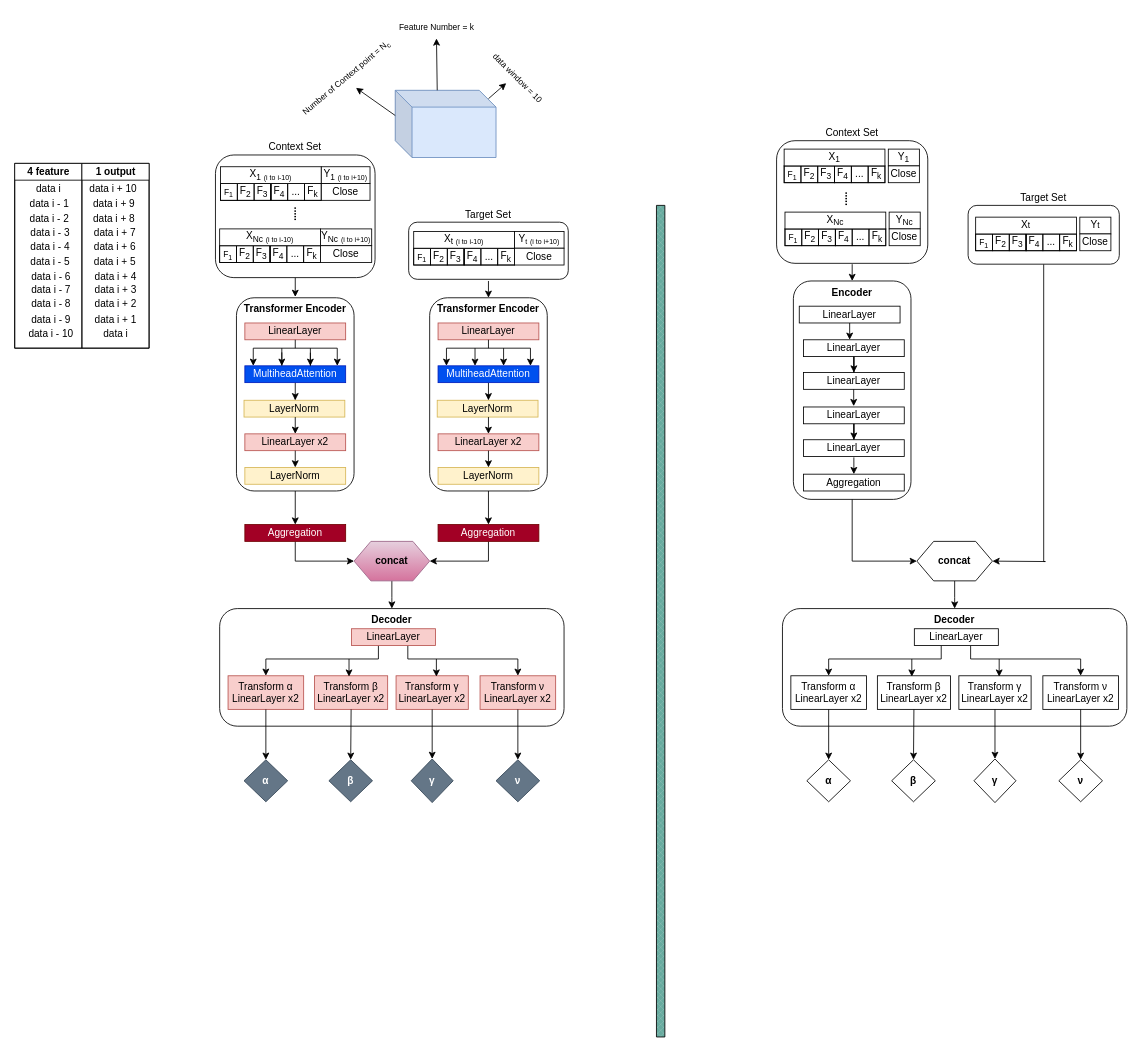
The draw.io diagram CNP-model-save-name/Untitled Diagram.drawio in FatemehBehravan/ECNP, before the edit. Source tidied: cells renumbered, new cells numbered last; positions are measured from the earlier drawing's top-left corner, leaving out a move shared by most shapes. Both pictures are drawn from the tidied source at 84%, with x=0, y=0 at pixel (14, 14).
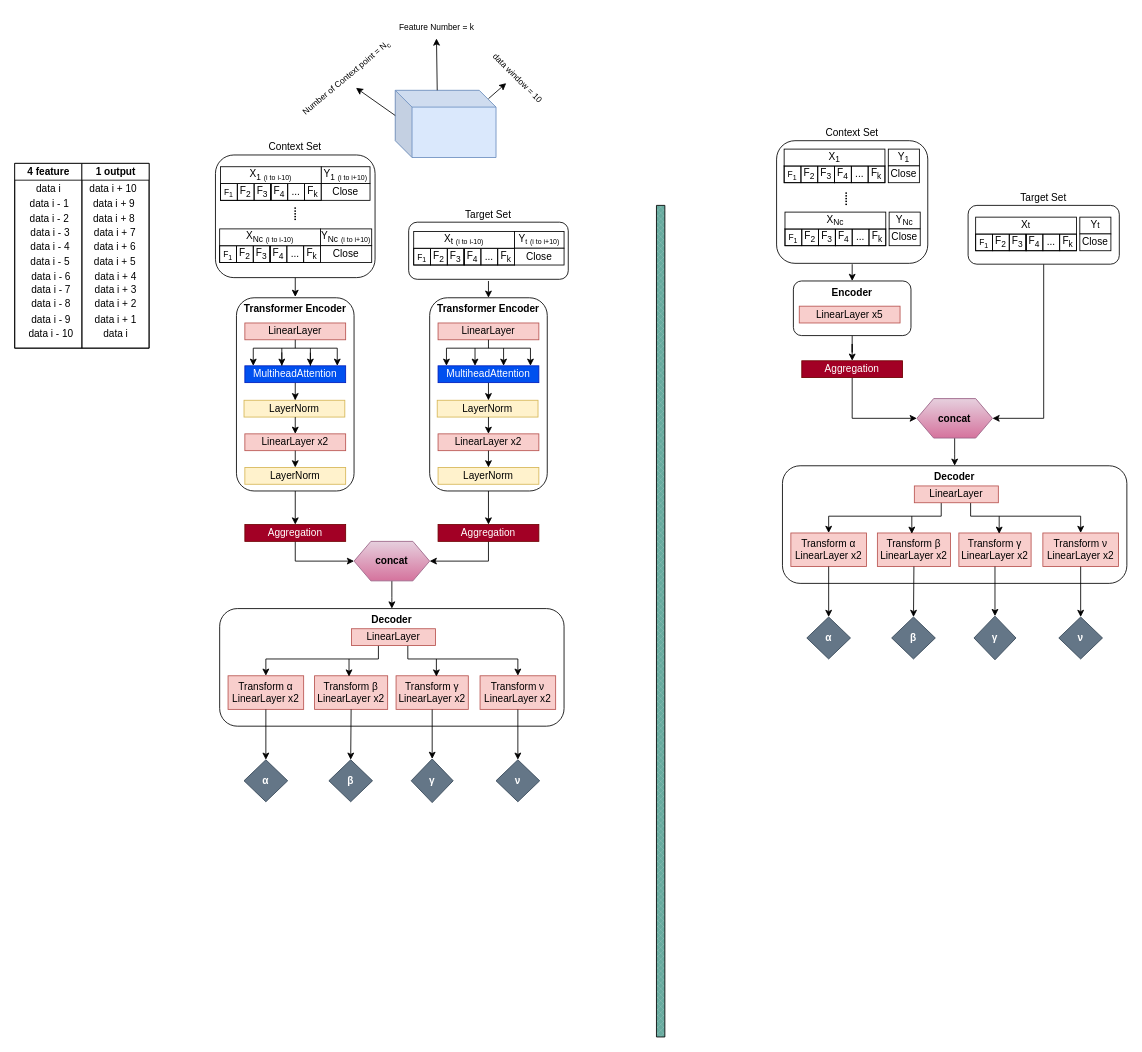
After the change.

Unchanged cells that the change refers to:
```xml
<mxCell id="138" value="Target Set" style="rounded=1;whiteSpace=wrap;html=1;labelPosition=center;verticalLabelPosition=top;align=center;verticalAlign=bottom;" parent="1" vertex="1">
  <mxGeometry x="1135" y="227" width="180" height="70" as="geometry" />
</mxCell>
```

The edit, as a diff of the source:
```diff
@@
-    <mxCell id="57" style="edgeStyle=orthogonalEdgeStyle;rounded=0;jettySize=auto;html=1;exitX=0.5;exitY=1;exitDx=0;exitDy=0;entryX=1;entryY=0.5;entryDx=0;entryDy=0;" parent="1" edge="1" source="138" target="73">
-      <mxGeometry relative="1" as="geometry">
-        <Array as="points">
-          <mxPoint x="1225" y="651" />
-          <mxPoint x="1227" y="651" />
-        </Array>
-      </mxGeometry>
-    </mxCell>
+    <mxCell id="214" style="edgeStyle=orthogonalEdgeStyle;rounded=0;jettySize=auto;html=1;" parent="1" edge="1" source="58" target="69">
+      <mxGeometry relative="1" as="geometry" />
+    </mxCell>
     <mxCell id="58" value="&lt;b&gt;Encoder&lt;/b&gt;" style="rounded=1;whiteSpace=wrap;html=1;align=center;verticalAlign=top;" parent="1" vertex="1">
-      <mxGeometry x="927" y="317" width="140" height="260" as="geometry" />
+      <mxGeometry x="927" y="317" width="140" height="65" as="geometry" />
     </mxCell>
-    <mxCell id="59" style="edgeStyle=orthogonalEdgeStyle;rounded=0;jettySize=auto;html=1;entryX=0.5;entryY=0;entryDx=0;entryDy=0;" parent="1" edge="1" source="60" target="61">
-      <mxGeometry relative="1" as="geometry" />
-    </mxCell>
-    <mxCell id="60" value="LinearLayer" style="rounded=0;whiteSpace=wrap;html=1;" parent="1" vertex="1">
-      <mxGeometry x="939" y="387" width="120" height="20" as="geometry" />
-    </mxCell>
-    <mxCell id="61" value="LinearLayer" style="whiteSpace=wrap;html=1;rounded=0;" parent="1" vertex="1">
-      <mxGeometry x="939" y="426" width="120" height="20" as="geometry" />
-    </mxCell>
-    <mxCell id="62" style="edgeStyle=orthogonalEdgeStyle;rounded=0;orthogonalLoop=1;jettySize=auto;html=1;" parent="1" edge="1">
-      <mxGeometry relative="1" as="geometry">
-        <mxPoint x="998.8" y="446" as="sourcePoint" />
-        <mxPoint x="998.8" y="466" as="targetPoint" />
-        <Array as="points">
-          <mxPoint x="998.8" y="446" />
-        </Array>
-      </mxGeometry>
-    </mxCell>
@@
-    <mxCell id="64" style="edgeStyle=orthogonalEdgeStyle;rounded=0;jettySize=auto;html=1;entryX=0.5;entryY=0;entryDx=0;entryDy=0;" parent="1" edge="1" source="65" target="66">
-      <mxGeometry relative="1" as="geometry" />
-    </mxCell>
-    <mxCell id="65" value="LinearLayer" style="rounded=0;whiteSpace=wrap;html=1;" parent="1" vertex="1">
-      <mxGeometry x="939" y="467" width="120" height="20" as="geometry" />
-    </mxCell>
-    <mxCell id="66" value="LinearLayer" style="whiteSpace=wrap;html=1;rounded=0;" parent="1" vertex="1">
-      <mxGeometry x="939" y="506" width="120" height="20" as="geometry" />
-    </mxCell>
@@
+    <mxCell id="215" style="edgeStyle=orthogonalEdgeStyle;rounded=0;jettySize=auto;html=1;entryX=0;entryY=0.5;entryDx=0;entryDy=0;exitX=0.5;exitY=1;exitDx=0;exitDy=0;" parent="1" edge="1" source="69" target="73">
+      <mxGeometry relative="1" as="geometry" />
+    </mxCell>
-    <mxCell id="69" value="Aggregation" style="whiteSpace=wrap;html=1;rounded=0;" parent="1" vertex="1">
-      <mxGeometry x="939" y="547" width="120" height="20" as="geometry" />
+    <mxCell id="69" value="Aggregation" style="whiteSpace=wrap;html=1;rounded=0;fillColor=#a20025;fontColor=#ffffff;strokeColor=#6F0000;" parent="1" vertex="1">
+      <mxGeometry x="937" y="412" width="120" height="20" as="geometry" />
     </mxCell>
-    <mxCell id="70" style="edgeStyle=orthogonalEdgeStyle;rounded=0;orthogonalLoop=1;jettySize=auto;html=1;" parent="1" edge="1">
-      <mxGeometry relative="1" as="geometry">
-        <mxPoint x="999" y="527" as="sourcePoint" />
-        <mxPoint x="999" y="547" as="targetPoint" />
-      </mxGeometry>
-    </mxCell>
-    <mxCell id="71" style="edgeStyle=orthogonalEdgeStyle;rounded=0;jettySize=auto;html=1;entryX=0;entryY=0.5;entryDx=0;entryDy=0;exitX=0.5;exitY=1;exitDx=0;exitDy=0;" parent="1" edge="1" source="58" target="73">
-      <mxGeometry relative="1" as="geometry" />
-    </mxCell>
     <mxCell id="72" style="edgeStyle=orthogonalEdgeStyle;rounded=0;jettySize=auto;html=1;" parent="1" edge="1" source="73">
       <mxGeometry relative="1" as="geometry">
-        <mxPoint x="1119" y="707" as="targetPoint" />
+        <mxPoint x="1119" y="537" as="targetPoint" />
       </mxGeometry>
     </mxCell>
-    <mxCell id="73" value="&lt;b&gt;concat&lt;/b&gt;" style="shape=hexagon;perimeter=hexagonPerimeter2;whiteSpace=wrap;html=1;fixedSize=1;" parent="1" vertex="1">
-      <mxGeometry x="1074" y="627" width="90" height="47" as="geometry" />
+    <mxCell id="73" value="&lt;b&gt;concat&lt;/b&gt;" style="shape=hexagon;perimeter=hexagonPerimeter2;whiteSpace=wrap;html=1;fixedSize=1;fillColor=#e6d0de;gradientColor=#d5739d;strokeColor=#996185;" parent="1" vertex="1">
+      <mxGeometry x="1074" y="457" width="90" height="47" as="geometry" />
     </mxCell>
     <mxCell id="74" value="&lt;b&gt;Decoder&lt;/b&gt;" style="rounded=1;whiteSpace=wrap;html=1;verticalAlign=top;" parent="1" vertex="1">
-      <mxGeometry x="914" y="707" width="410" height="140" as="geometry" />
+      <mxGeometry x="914" y="537" width="410" height="140" as="geometry" />
     </mxCell>
     <mxCell id="75" style="edgeStyle=orthogonalEdgeStyle;rounded=0;jettySize=auto;html=1;exitX=0.5;exitY=1;exitDx=0;exitDy=0;entryX=0.5;entryY=0;entryDx=0;entryDy=0;" parent="1" edge="1" target="78">
       <mxGeometry relative="1" as="geometry">
-        <mxPoint x="1103" y="751" as="sourcePoint" />
+        <mxPoint x="1103" y="581" as="sourcePoint" />
         <Array as="points">
-          <mxPoint x="1103" y="767" />
-          <mxPoint x="969" y="767" />
+          <mxPoint x="1103" y="597" />
+          <mxPoint x="969" y="597" />
         </Array>
       </mxGeometry>
     </mxCell>
     <mxCell id="76" style="edgeStyle=orthogonalEdgeStyle;rounded=0;jettySize=auto;html=1;entryX=0.5;entryY=0;entryDx=0;entryDy=0;exitX=0.5;exitY=1;exitDx=0;exitDy=0;" parent="1" edge="1" target="81">
       <mxGeometry relative="1" as="geometry">
-        <mxPoint x="1138" y="751" as="sourcePoint" />
+        <mxPoint x="1138" y="581" as="sourcePoint" />
         <Array as="points">
-          <mxPoint x="1138" y="767" />
-          <mxPoint x="1269" y="767" />
+          <mxPoint x="1138" y="597" />
+          <mxPoint x="1269" y="597" />
         </Array>
       </mxGeometry>
     </mxCell>
-    <mxCell id="77" value="LinearLayer" style="whiteSpace=wrap;html=1;rounded=0;" parent="1" vertex="1">
-      <mxGeometry x="1071" y="731" width="100" height="20" as="geometry" />
+    <mxCell id="77" value="LinearLayer" style="whiteSpace=wrap;html=1;rounded=0;fillColor=#f8cecc;strokeColor=#b85450;" parent="1" vertex="1">
+      <mxGeometry x="1071" y="561" width="100" height="20" as="geometry" />
     </mxCell>
-    <mxCell id="78" value="&lt;div style=&quot;&quot;&gt;&lt;span style=&quot;background-color: transparent; color: light-dark(rgb(0, 0, 0), rgb(255, 255, 255));&quot;&gt;Transform&amp;nbsp;&lt;/span&gt;&lt;span style=&quot;background-color: transparent;&quot;&gt;α&lt;/span&gt;&lt;/div&gt;&lt;span style=&quot;color: rgba(0, 0, 0, 0); font-family: monospace; font-size: 0px; text-wrap-mode: nowrap;&quot;&gt;&lt;span style=&quot;color: rgb(0, 0, 0); font-family: Helvetica; font-size: 12px; text-wrap-mode: wrap;&quot;&gt;LinearLayer x2&lt;/span&gt;%3CmxGraphModel%3E%3Croot%3E%3CmxCell%20id%3D%220%22%2F%3E%3CmxCell%20id%3D%221%22%20parent%3D%220%22%2F%3E%3CmxCell%20id%3D%222%22%20value%3D%22%22%20style%3D%22endArrow%3Dclassic%3Brounded%3D0%3BstrokeWidth%3D1%3BstartSize%3D1%3BendSize%3D1%3BsourcePerimeterSpacing%3D0%3BtargetPerimeterSpacing%3D0%3BexitX%3D0.417%3BexitY%3D0.667%3BexitDx%3D0%3BexitDy%3D0%3BexitPerimeter%3D0%3BverticalAlign%3Dbottom%3Bhtml%3D1%3B%22%20edge%3D%221%22%20parent%3D%221%22%3E%3CmxGeometry%20width%3D%2250%22%20height%3D%2250%22%20relative%3D%221%22%20as%3D%22geometry%22%3E%3CmxPoint%20x%3D%22326%22%20y%3D%22592.02%22%20as%3D%22sourcePoint%22%2F%3E%3CmxPoint%20x%3D%22335.96000000000004%22%20y%3D%22592%22%20as%3D%22targetPoint%22%2F%3E%3CArray%20as%3D%22points%22%2F%3E%3C%2FmxGeometry%3E%3C%2FmxCell%3E%3C%2Froot%3E%3C%2FmxGraphModel%3E&lt;/span&gt;" style="rounded=0;whiteSpace=wrap;html=1;align=center;" parent="1" vertex="1">
-      <mxGeometry x="924" y="787" width="90" height="40" as="geometry" />
+    <mxCell id="78" value="&lt;div style=&quot;&quot;&gt;&lt;span style=&quot;background-color: transparent; color: light-dark(rgb(0, 0, 0), rgb(255, 255, 255));&quot;&gt;Transform&amp;nbsp;&lt;/span&gt;&lt;span style=&quot;background-color: transparent;&quot;&gt;α&lt;/span&gt;&lt;/div&gt;&lt;span style=&quot;color: rgba(0, 0, 0, 0); font-family: monospace; font-size: 0px; text-wrap-mode: nowrap;&quot;&gt;&lt;span style=&quot;color: rgb(0, 0, 0); font-family: Helvetica; font-size: 12px; text-wrap-mode: wrap;&quot;&gt;LinearLayer x2&lt;/span&gt;%3CmxGraphModel%3E%3Croot%3E%3CmxCell%20id%3D%220%22%2F%3E%3CmxCell%20id%3D%221%22%20parent%3D%220%22%2F%3E%3CmxCell%20id%3D%222%22%20value%3D%22%22%20style%3D%22endArrow%3Dclassic%3Brounded%3D0%3BstrokeWidth%3D1%3BstartSize%3D1%3BendSize%3D1%3BsourcePerimeterSpacing%3D0%3BtargetPerimeterSpacing%3D0%3BexitX%3D0.417%3BexitY%3D0.667%3BexitDx%3D0%3BexitDy%3D0%3BexitPerimeter%3D0%3BverticalAlign%3Dbottom%3Bhtml%3D1%3B%22%20edge%3D%221%22%20parent%3D%221%22%3E%3CmxGeometry%20width%3D%2250%22%20height%3D%2250%22%20relative%3D%221%22%20as%3D%22geometry%22%3E%3CmxPoint%20x%3D%22326%22%20y%3D%22592.02%22%20as%3D%22sourcePoint%22%2F%3E%3CmxPoint%20x%3D%22335.96000000000004%22%20y%3D%22592%22%20as%3D%22targetPoint%22%2F%3E%3CArray%20as%3D%22points%22%2F%3E%3C%2FmxGeometry%3E%3C%2FmxCell%3E%3C%2Froot%3E%3C%2FmxGraphModel%3E&lt;/span&gt;" style="rounded=0;whiteSpace=wrap;html=1;align=center;fillColor=#f8cecc;strokeColor=#b85450;" parent="1" vertex="1">
+      <mxGeometry x="924" y="617" width="90" height="40" as="geometry" />
     </mxCell>
-    <mxCell id="79" value="&lt;div style=&quot;&quot;&gt;&lt;span style=&quot;background-color: transparent; color: light-dark(rgb(0, 0, 0), rgb(255, 255, 255));&quot;&gt;Transform&amp;nbsp;&lt;/span&gt;&lt;span style=&quot;background-color: transparent;&quot;&gt;β&lt;/span&gt;&lt;/div&gt;LinearLayer x2" style="rounded=0;whiteSpace=wrap;html=1;align=center;" parent="1" vertex="1">
-      <mxGeometry x="1027" y="787" width="87" height="40" as="geometry" />
+    <mxCell id="79" value="&lt;div style=&quot;&quot;&gt;&lt;span style=&quot;background-color: transparent; color: light-dark(rgb(0, 0, 0), rgb(255, 255, 255));&quot;&gt;Transform&amp;nbsp;&lt;/span&gt;&lt;span style=&quot;background-color: transparent;&quot;&gt;β&lt;/span&gt;&lt;/div&gt;LinearLayer x2" style="rounded=0;whiteSpace=wrap;html=1;align=center;fillColor=#f8cecc;strokeColor=#b85450;" parent="1" vertex="1">
+      <mxGeometry x="1027" y="617" width="87" height="40" as="geometry" />
     </mxCell>
-    <mxCell id="80" value="Transform&amp;nbsp;&lt;span style=&quot;&quot;&gt;γ&lt;br&gt;&lt;/span&gt;&lt;span style=&quot;text-wrap-mode: nowrap; color: rgba(0, 0, 0, 0); font-family: monospace; font-size: 0px;&quot;&gt;&lt;span style=&quot;color: rgb(0, 0, 0); font-family: Helvetica; font-size: 12px; text-wrap-mode: wrap;&quot;&gt;LinearLayer x2&lt;/span&gt;%3CmxGraphModel%3E%3Croot%3E%3CmxCell%20id%3D%220%22%2F%3E%3CmxCell%20id%3D%221%22%20parent%3D%220%22%2F%3E%3CmxCell%20id%3D%222%22%20value%3D%22%22%20style%3D%22endArrow%3Dclassic%3Brounded%3D0%3BstrokeWidth%3D1%3BstartSize%3D1%3BendSize%3D1%3BsourcePerimeterSpacing%3D0%3BtargetPerimeterSpacing%3D0%3BexitX%3D0.417%3BexitY%3D0.667%3BexitDx%3D0%3BexitDy%3D0%3BexitPerimeter%3D0%3BverticalAlign%3Dbottom%3Bhtml%3D1%3B%22%20edge%3D%221%22%20parent%3D%221%22%3E%3CmxGeometry%20width%3D%2250%22%20height%3D%2250%22%20relative%3D%221%22%20as%3D%22geometry%22%3E%3CmxPoint%20x%3D%22326%22%20y%3D%22592.02%22%20as%3D%22sourcePoint%22%2F%3E%3CmxPoint%20x%3D%22335.96000000000004%22%20y%3D%22592%22%20as%3D%22targetPoint%22%2F%3E%3CArray%20as%3D%22points%22%2F%3E%3C%2FmxGeometry%3E%3C%2FmxCell%3E%3C%2Froot%3E%3C%2FmxGraphModel%3E&lt;/span&gt;" style="rounded=0;whiteSpace=wrap;html=1;align=center;" parent="1" vertex="1">
-      <mxGeometry x="1124" y="787" width="86" height="40" as="geometry" />
+    <mxCell id="80" value="Transform&amp;nbsp;&lt;span style=&quot;&quot;&gt;γ&lt;br&gt;&lt;/span&gt;&lt;span style=&quot;text-wrap-mode: nowrap; color: rgba(0, 0, 0, 0); font-family: monospace; font-size: 0px;&quot;&gt;&lt;span style=&quot;color: rgb(0, 0, 0); font-family: Helvetica; font-size: 12px; text-wrap-mode: wrap;&quot;&gt;LinearLayer x2&lt;/span&gt;%3CmxGraphModel%3E%3Croot%3E%3CmxCell%20id%3D%220%22%2F%3E%3CmxCell%20id%3D%221%22%20parent%3D%220%22%2F%3E%3CmxCell%20id%3D%222%22%20value%3D%22%22%20style%3D%22endArrow%3Dclassic%3Brounded%3D0%3BstrokeWidth%3D1%3BstartSize%3D1%3BendSize%3D1%3BsourcePerimeterSpacing%3D0%3BtargetPerimeterSpacing%3D0%3BexitX%3D0.417%3BexitY%3D0.667%3BexitDx%3D0%3BexitDy%3D0%3BexitPerimeter%3D0%3BverticalAlign%3Dbottom%3Bhtml%3D1%3B%22%20edge%3D%221%22%20parent%3D%221%22%3E%3CmxGeometry%20width%3D%2250%22%20height%3D%2250%22%20relative%3D%221%22%20as%3D%22geometry%22%3E%3CmxPoint%20x%3D%22326%22%20y%3D%22592.02%22%20as%3D%22sourcePoint%22%2F%3E%3CmxPoint%20x%3D%22335.96000000000004%22%20y%3D%22592%22%20as%3D%22targetPoint%22%2F%3E%3CArray%20as%3D%22points%22%2F%3E%3C%2FmxGeometry%3E%3C%2FmxCell%3E%3C%2Froot%3E%3C%2FmxGraphModel%3E&lt;/span&gt;" style="rounded=0;whiteSpace=wrap;html=1;align=center;fillColor=#f8cecc;strokeColor=#b85450;" parent="1" vertex="1">
+      <mxGeometry x="1124" y="617" width="86" height="40" as="geometry" />
     </mxCell>
-    <mxCell id="81" value="&lt;div style=&quot;&quot;&gt;&lt;span style=&quot;background-color: transparent; color: light-dark(rgb(0, 0, 0), rgb(255, 255, 255));&quot;&gt;Transform&amp;nbsp;&lt;/span&gt;&lt;span style=&quot;background-color: transparent;&quot;&gt;ν&lt;/span&gt;&lt;/div&gt;&lt;span style=&quot;text-wrap-mode: nowrap; color: rgba(0, 0, 0, 0); font-family: monospace; font-size: 0px;&quot;&gt;&lt;span style=&quot;color: rgb(0, 0, 0); font-family: Helvetica; font-size: 12px; text-wrap-mode: wrap;&quot;&gt;LinearLayer x2&lt;/span&gt;%&amp;nbsp; vd3CmxGraphModel%3E%3Croot%3E%3CmxCell%20id%3D%220%22%2F%3E%3CmxCell%20id%3D%221%22%20parent%3D%220%22%2F%3E%3CmxCell%20id%3D%222%22%20value%3D%22%22%20style%3D%22endArrow%3Dclassic%3Brounded%3D0%3BstrokeWidth%3D1%3BstartSize%3D1%3BendSize%3D1%3BsourcePerimeterSpacing%3D0%3BtargetPerimeterSpacing%3D0%3BexitX%3D0.417%3BexitY%3D0.667%3BexitDx%3D0%3BexitDy%3D0%3BexitPerimeter%3D0%3BverticalAlign%3Dbottom%3Bhtml%3D1%3B%22%20edge%3D%221%22%20parent%3D%221%22%3E%3CmxGeometry%20width%3D%2250%22%20height%3D%2250%22%20relative%3D%221%22%20as%3D%22geometry%22%3E%3CmxPoint%20x%3D%22326%22%20y%3D%22592.02%22%20as%3D%22sourcePoint%22%2F%3E%3CmxPoint%20x%3D%22335.96000000000004%22%20y%3D%22592%22%20as%3D%22targetPoint%22%2F%3E%3CArray%20as%3D%22points%22%2F%3E%3C%2FmxGeometry%3E%3C%2FmxCell%3E%3C%2Froot%3E%3C%2FmxGraphModel%3E&lt;/span&gt;" style="rounded=0;whiteSpace=wrap;html=1;align=center;" parent="1" vertex="1">
-      <mxGeometry x="1224" y="787" width="90" height="40" as="geometry" />
+    <mxCell id="81" value="&lt;div style=&quot;&quot;&gt;&lt;span style=&quot;background-color: transparent; color: light-dark(rgb(0, 0, 0), rgb(255, 255, 255));&quot;&gt;Transform&amp;nbsp;&lt;/span&gt;&lt;span style=&quot;background-color: transparent;&quot;&gt;ν&lt;/span&gt;&lt;/div&gt;&lt;span style=&quot;text-wrap-mode: nowrap; color: rgba(0, 0, 0, 0); font-family: monospace; font-size: 0px;&quot;&gt;&lt;span style=&quot;color: rgb(0, 0, 0); font-family: Helvetica; font-size: 12px; text-wrap-mode: wrap;&quot;&gt;LinearLayer x2&lt;/span&gt;%&amp;nbsp; vd3CmxGraphModel%3E%3Croot%3E%3CmxCell%20id%3D%220%22%2F%3E%3CmxCell%20id%3D%221%22%20parent%3D%220%22%2F%3E%3CmxCell%20id%3D%222%22%20value%3D%22%22%20style%3D%22endArrow%3Dclassic%3Brounded%3D0%3BstrokeWidth%3D1%3BstartSize%3D1%3BendSize%3D1%3BsourcePerimeterSpacing%3D0%3BtargetPerimeterSpacing%3D0%3BexitX%3D0.417%3BexitY%3D0.667%3BexitDx%3D0%3BexitDy%3D0%3BexitPerimeter%3D0%3BverticalAlign%3Dbottom%3Bhtml%3D1%3B%22%20edge%3D%221%22%20parent%3D%221%22%3E%3CmxGeometry%20width%3D%2250%22%20height%3D%2250%22%20relative%3D%221%22%20as%3D%22geometry%22%3E%3CmxPoint%20x%3D%22326%22%20y%3D%22592.02%22%20as%3D%22sourcePoint%22%2F%3E%3CmxPoint%20x%3D%22335.96000000000004%22%20y%3D%22592%22%20as%3D%22targetPoint%22%2F%3E%3CArray%20as%3D%22points%22%2F%3E%3C%2FmxGeometry%3E%3C%2FmxCell%3E%3C%2Froot%3E%3C%2FmxGraphModel%3E&lt;/span&gt;" style="rounded=0;whiteSpace=wrap;html=1;align=center;fillColor=#f8cecc;strokeColor=#b85450;" parent="1" vertex="1">
+      <mxGeometry x="1224" y="617" width="90" height="40" as="geometry" />
     </mxCell>
     <mxCell id="82" style="endArrow=classic;html=1;rounded=0;entryX=0.589;entryY=0.024;entryDx=0;entryDy=0;entryPerimeter=0;" parent="1" edge="1">
       <mxGeometry relative="1" as="geometry">
-        <mxPoint x="1172" y="767" as="sourcePoint" />
-        <mxPoint x="1172" y="788" as="targetPoint" />
+        <mxPoint x="1172" y="597" as="sourcePoint" />
+        <mxPoint x="1172" y="618" as="targetPoint" />
       </mxGeometry>
     </mxCell>
     <mxCell id="83" style="endArrow=classic;html=1;rounded=0;entryX=0.589;entryY=0.024;entryDx=0;entryDy=0;entryPerimeter=0;" parent="1" edge="1">
       <mxGeometry relative="1" as="geometry">
-        <mxPoint x="1068" y="767" as="sourcePoint" />
-        <mxPoint x="1068" y="788" as="targetPoint" />
+        <mxPoint x="1068" y="597" as="sourcePoint" />
+        <mxPoint x="1068" y="618" as="targetPoint" />
       </mxGeometry>
     </mxCell>
-    <mxCell id="84" value="&lt;span style=&quot;text-align: start;&quot;&gt;&lt;b&gt;α&lt;/b&gt;&lt;/span&gt;" style="rhombus;whiteSpace=wrap;html=1;" parent="1" vertex="1">
-      <mxGeometry x="943" y="887" width="52" height="50" as="geometry" />
+    <mxCell id="84" value="&lt;span style=&quot;text-align: start;&quot;&gt;&lt;b&gt;α&lt;/b&gt;&lt;/span&gt;" style="rhombus;whiteSpace=wrap;html=1;fillColor=#647687;fontColor=#ffffff;strokeColor=#314354;" parent="1" vertex="1">
+      <mxGeometry x="943" y="717" width="52" height="50" as="geometry" />
     </mxCell>
-    <mxCell id="85" value="&lt;span style=&quot;text-align: start;&quot;&gt;&lt;b&gt;β&lt;/b&gt;&lt;/span&gt;" style="rhombus;whiteSpace=wrap;html=1;" parent="1" vertex="1">
-      <mxGeometry x="1044" y="887" width="52" height="50" as="geometry" />
+    <mxCell id="85" value="&lt;span style=&quot;text-align: start;&quot;&gt;&lt;b&gt;β&lt;/b&gt;&lt;/span&gt;" style="rhombus;whiteSpace=wrap;html=1;fillColor=#647687;fontColor=#ffffff;strokeColor=#314354;" parent="1" vertex="1">
+      <mxGeometry x="1044" y="717" width="52" height="50" as="geometry" />
     </mxCell>
-    <mxCell id="86" value="&lt;span style=&quot;text-align: start;&quot;&gt;&lt;b&gt;γ&lt;/b&gt;&lt;/span&gt;" style="rhombus;whiteSpace=wrap;html=1;direction=south;" parent="1" vertex="1">
-      <mxGeometry x="1142" y="886" width="50" height="52" as="geometry" />
+    <mxCell id="86" value="&lt;span style=&quot;text-align: start;&quot;&gt;&lt;b&gt;γ&lt;/b&gt;&lt;/span&gt;" style="rhombus;whiteSpace=wrap;html=1;direction=south;fillColor=#647687;fontColor=#ffffff;strokeColor=#314354;" parent="1" vertex="1">
+      <mxGeometry x="1142" y="716" width="50" height="52" as="geometry" />
     </mxCell>
-    <mxCell id="87" value="&lt;span style=&quot;text-align: start;&quot;&gt;&lt;b&gt;ν&lt;/b&gt;&lt;/span&gt;" style="rhombus;whiteSpace=wrap;html=1;" parent="1" vertex="1">
-      <mxGeometry x="1243" y="887" width="52" height="50" as="geometry" />
+    <mxCell id="87" value="&lt;span style=&quot;text-align: start;&quot;&gt;&lt;b&gt;ν&lt;/b&gt;&lt;/span&gt;" style="rhombus;whiteSpace=wrap;html=1;fillColor=#647687;fontColor=#ffffff;strokeColor=#314354;" parent="1" vertex="1">
+      <mxGeometry x="1243" y="717" width="52" height="50" as="geometry" />
     </mxCell>
@@
     <mxCell id="89" style="endArrow=classic;html=1;rounded=0;exitX=0.5;exitY=1;exitDx=0;exitDy=0;entryX=0.5;entryY=0;entryDx=0;entryDy=0;" parent="1" edge="1">
       <mxGeometry relative="1" as="geometry">
-        <mxPoint x="1070.5" y="827" as="sourcePoint" />
-        <mxPoint x="1070" y="887" as="targetPoint" />
+        <mxPoint x="1070.5" y="657" as="sourcePoint" />
+        <mxPoint x="1070" y="717" as="targetPoint" />
       </mxGeometry>
     </mxCell>
@@
-    <mxCell id="93" value="LinearLayer" style="whiteSpace=wrap;html=1;rounded=0;" parent="1" vertex="1">
+    <mxCell id="93" value="LinearLayer x5" style="whiteSpace=wrap;html=1;rounded=0;fillColor=#f8cecc;strokeColor=#b85450;" parent="1" vertex="1">
       <mxGeometry x="934" y="347" width="120" height="20" as="geometry" />
     </mxCell>
-    <mxCell id="94" style="edgeStyle=orthogonalEdgeStyle;rounded=0;orthogonalLoop=1;jettySize=auto;html=1;" parent="1" edge="1">
-      <mxGeometry relative="1" as="geometry">
-        <mxPoint x="994" y="367" as="sourcePoint" />
-        <mxPoint x="994" y="387" as="targetPoint" />
-      </mxGeometry>
-    </mxCell>
@@
+    <mxCell id="57" style="edgeStyle=orthogonalEdgeStyle;rounded=0;jettySize=auto;html=1;entryX=1;entryY=0.5;entryDx=0;entryDy=0;" parent="1" edge="1" source="138" target="73">
+      <mxGeometry relative="1" as="geometry" />
+    </mxCell>
```
